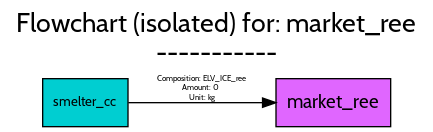
Before: src/examples/ELV/figures/flowcharts/processes/png/market_ree.png, a diagram exported from Graphviz (FutuRaM-Project/Recovery-Model). Its source is kept beside it as src/examples/ELV/figures/flowcharts/processes/dot/market_ree.dot.
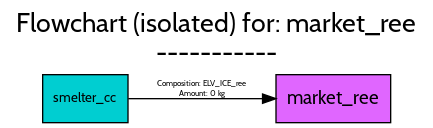
After the change.

The edit, as a diff of the source:
```diff
@@ -1,5 +1,5 @@
 digraph {
-	graph [bb="0,0,317,91",
+	graph [bb="0,0,317,88",
 		font=Cabin,
 		fontname=Cabin,
 		fontsize=20,
@@ -8,7 +8,7 @@
 		labeljust=c,
 		labelloc=tc,
 		lheight=0.61,
-		lp="158.5,65",
+		lp="158.5,62",
 		lwidth=4.18,
 		nodesep=0.6,
 		rankdir=LR,
@@ -35,8 +35,7 @@
 		fontname=Cabin,
 		fontsize=6,
 		label="Composition: ELV_ICE_ree
-Amount: 0
-Unit: kg",
-		lp="147.5,28.5",
+Amount: 0 kg",
+		lp="147.5,25",
 		pos="e,202.91,18 92.213,18 119.69,18 160.26,18 192.69,18"];
 }
```
